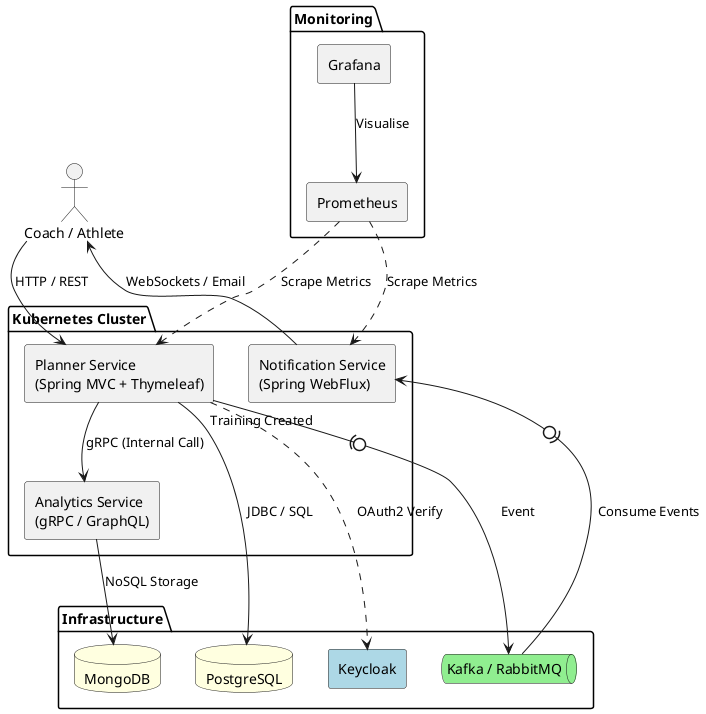
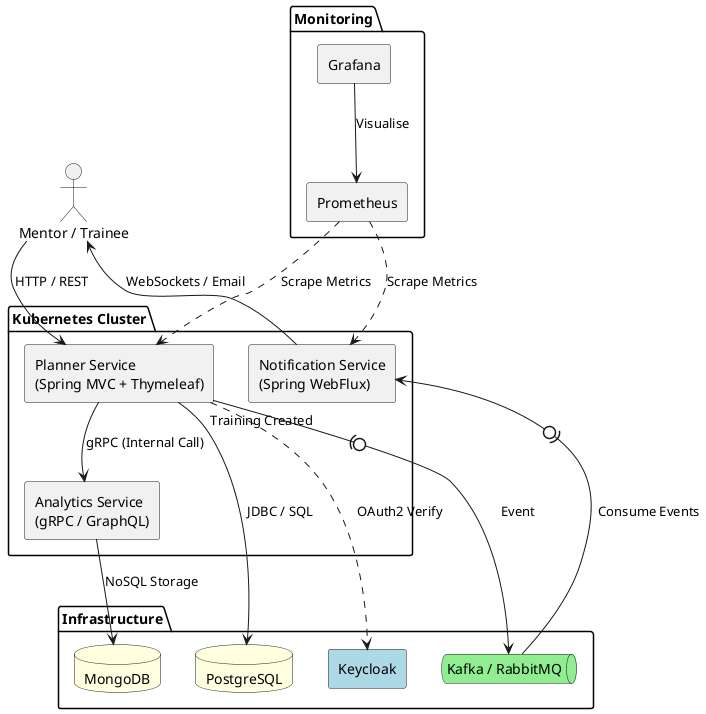
@startuml
skinparam componentStyle rectangle

- actor "Coach / Athlete" as User
+ actor "Mentor / Trainee" as User

package "Infrastructure" {
    component [Keycloak] as Auth #LightBlue
    queue "Kafka / RabbitMQ" as MessageBroker #LightGreen
    database "PostgreSQL" as PlannerDB #LightYellow
    database "MongoDB" as AnalyticsDB #LightYellow
}

package "Kubernetes Cluster" {
    component [Planner Service\n(Spring MVC + Thymeleaf)] as Planner
    component [Notification Service\n(Spring WebFlux)] as Notify
    component [Analytics Service\n(gRPC / GraphQL)] as Analytics
}

User --> Planner : HTTP / REST
Planner ..> Auth : OAuth2 Verify
Planner --> PlannerDB : JDBC / SQL

Planner --(0--> MessageBroker : "Training Created" Event

MessageBroker --(0--> Notify : Consume Events
Notify --> User : WebSockets / Email

Planner --> Analytics : gRPC (Internal Call)
Analytics --> AnalyticsDB : NoSQL Storage

package "Monitoring" {
    component [Prometheus] as Prom
    component [Grafana] as Graf
}

Prom ..> Planner : Scrape Metrics
Prom ..> Notify : Scrape Metrics
Graf --> Prom : Visualise
@enduml